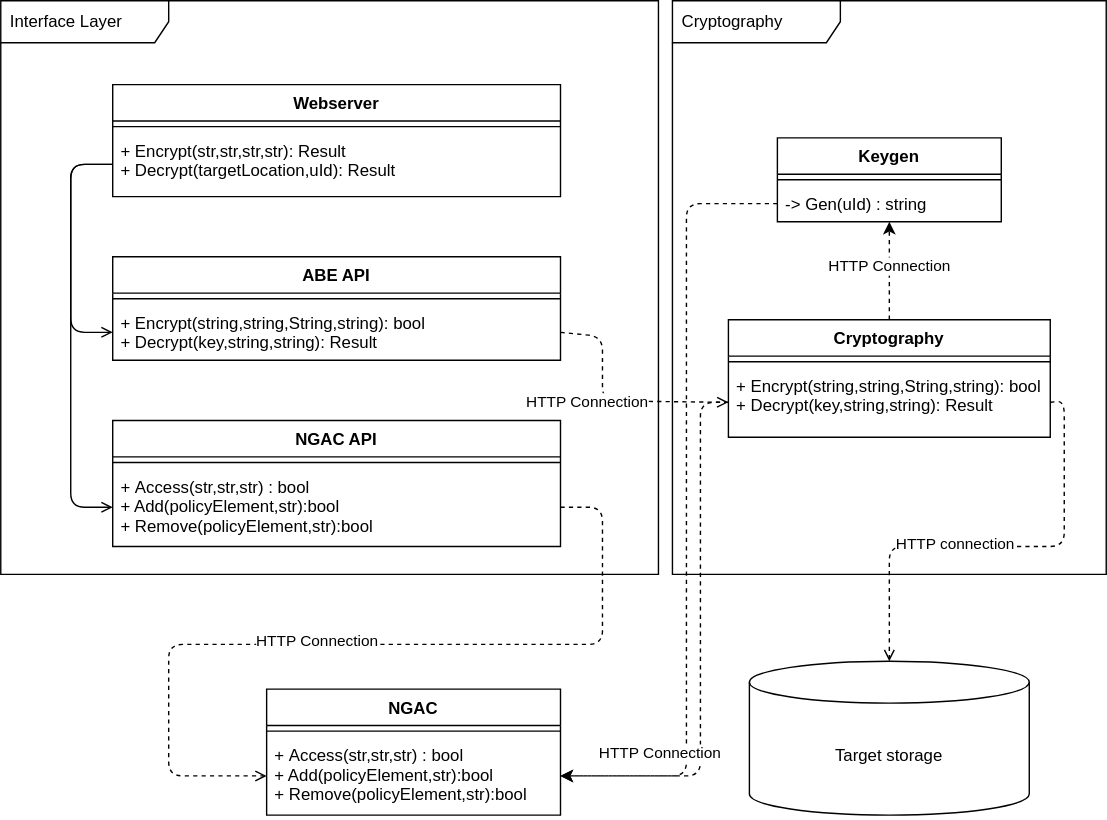
Before: docs/design/system/system_design.drawio.svg, a diagram exported from draw.io (ivajon/NGAC_ABE). Source tidied: cells renumbered, new cells last; positions are measured from the earlier drawing's top-left corner, leaving out a move shared by most shapes.
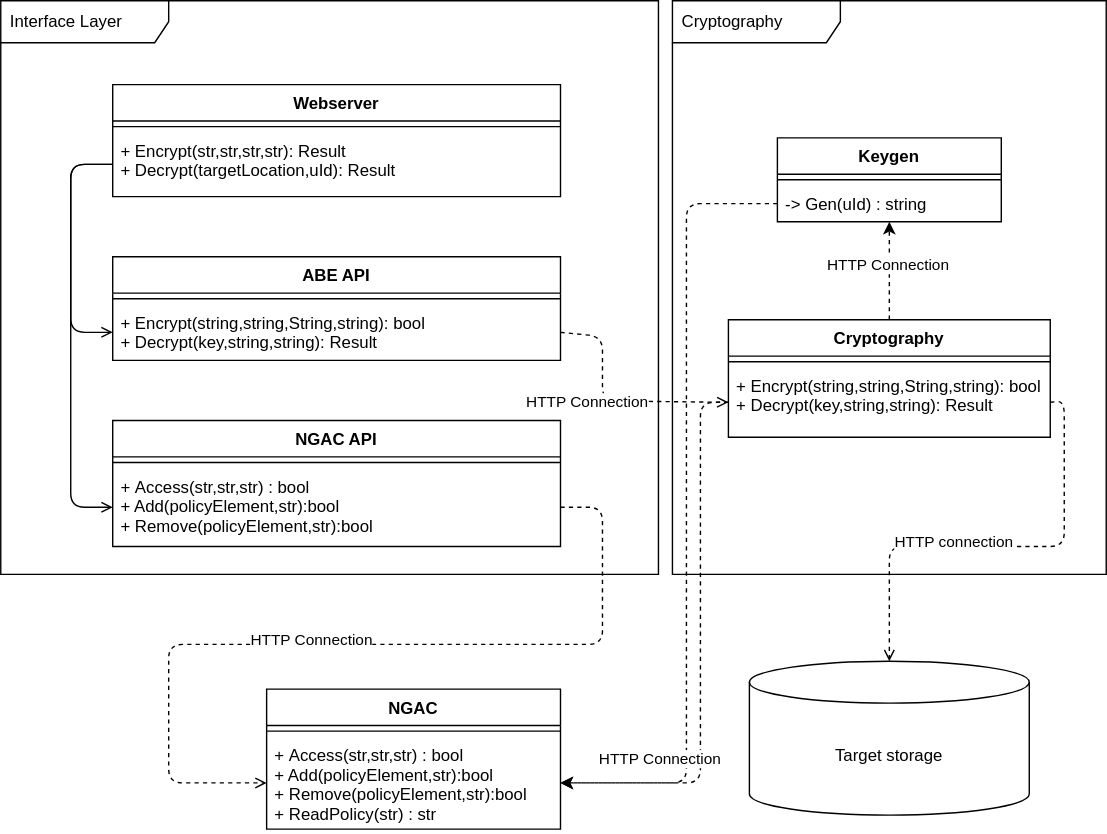
After the commit.

What changed in the source:
```diff
@@ -63,13 +63,13 @@
       <mxGeometry y="34" width="230" height="50" as="geometry" />
     </mxCell>
     <mxCell id="22" value="NGAC" style="swimlane;fontStyle=1;align=center;verticalAlign=top;horizontal=1;startSize=26;" parent="1" vertex="1">
-      <mxGeometry x="190" y="492" width="210" height="90" as="geometry" />
+      <mxGeometry x="190" y="492" width="210" height="100" as="geometry" />
     </mxCell>
     <mxCell id="23" style="line;strokeWidth=1;fillColor=none;align=left;verticalAlign=middle;spacingTop=-1;spacingLeft=3;spacingRight=3;labelPosition=right;" parent="22" vertex="1">
       <mxGeometry y="26" width="210" height="8" as="geometry" />
     </mxCell>
-    <mxCell id="24" value="+ Access(str,str,str) : bool&#10;+ Add(policyElement,str):bool&#10;+ Remove(policyElement,str):bool&#10;" style="text;strokeColor=none;fillColor=none;align=left;verticalAlign=top;spacingLeft=4;spacingRight=4;overflow=hidden;points=[[0,0.5],[1,0.5]];portConstraint=eastwest;" parent="22" vertex="1">
-      <mxGeometry y="34" width="210" height="56" as="geometry" />
+    <mxCell id="24" value="+ Access(str,str,str) : bool&#10;+ Add(policyElement,str):bool&#10;+ Remove(policyElement,str):bool&#10;+ ReadPolicy(str) : str&#10;" style="text;strokeColor=none;fillColor=none;align=left;verticalAlign=top;spacingLeft=4;spacingRight=4;overflow=hidden;points=[[0,0.5],[1,0.5]];portConstraint=eastwest;" parent="22" vertex="1">
+      <mxGeometry y="34" width="210" height="66" as="geometry" />
     </mxCell>
     <mxCell id="25" style="edgeStyle=none;html=1;exitX=1;exitY=0.5;exitDx=0;exitDy=0;entryX=0;entryY=0.5;entryDx=0;entryDy=0;dashed=1;endArrow=open;endFill=0;" parent="1" edge="1" source="11" target="21">
       <mxGeometry relative="1" as="geometry">
@@ -91,7 +91,7 @@
           <mxPoint x="430" y="362" />
           <mxPoint x="430" y="460" />
           <mxPoint x="120" y="460" />
-          <mxPoint x="120" y="554" />
+          <mxPoint x="120" y="559" />
         </Array>
       </mxGeometry>
     </mxCell>
@@ -132,7 +132,7 @@
       <mxGeometry relative="1" as="geometry">
         <Array as="points">
           <mxPoint x="490" y="145" />
-          <mxPoint x="490" y="554" />
+          <mxPoint x="490" y="559" />
         </Array>
       </mxGeometry>
     </mxCell>
@@ -140,7 +140,7 @@
       <mxGeometry relative="1" as="geometry">
         <Array as="points">
           <mxPoint x="500" y="287" />
-          <mxPoint x="500" y="554" />
+          <mxPoint x="500" y="559" />
         </Array>
       </mxGeometry>
     </mxCell>
```
